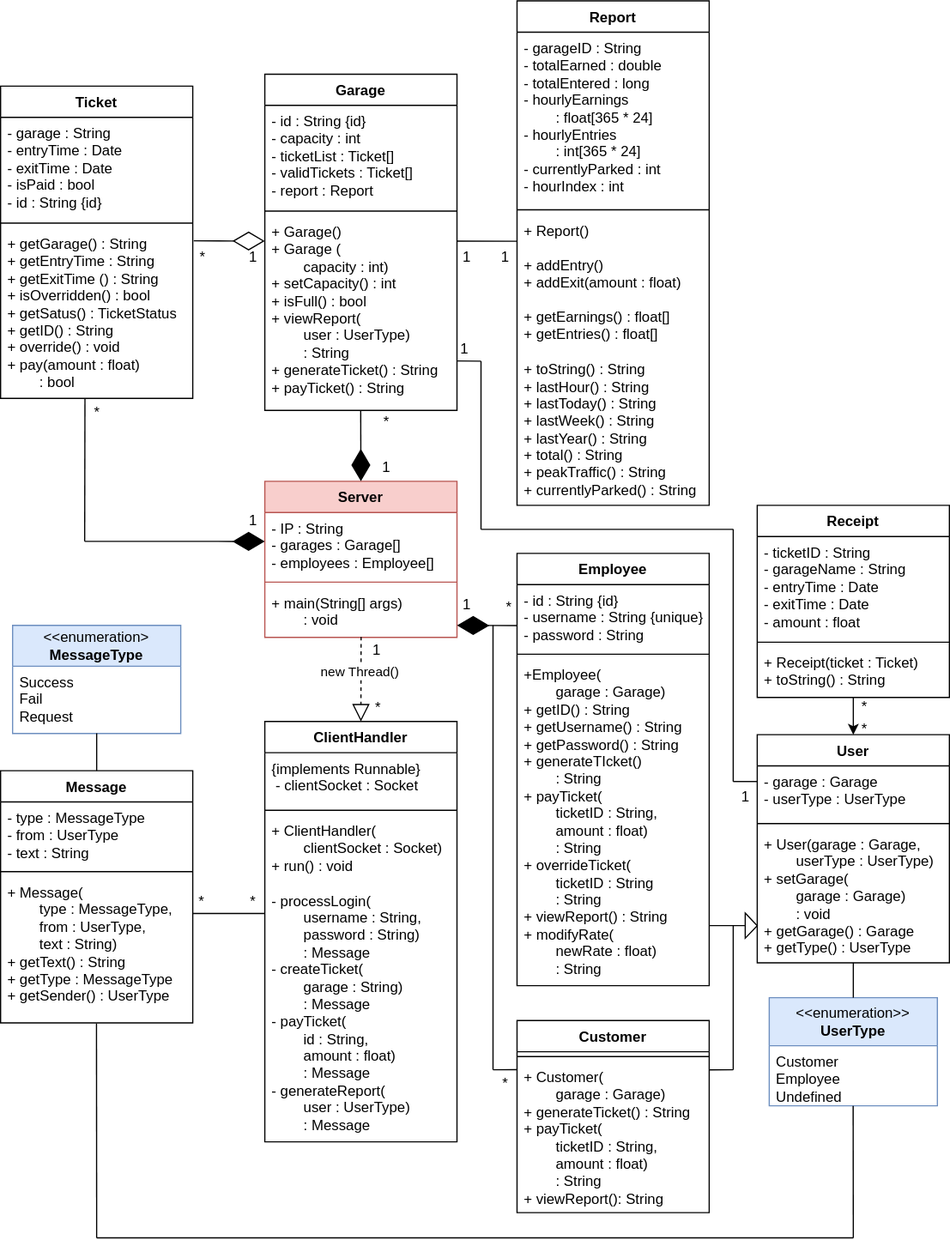
The draw.io diagram design/Diagrams/ServerSideFull.svg in CSUEB-CS401-02-SP25-Group-Project-1/parking-garage-system, before a commit. Source tidied: cells renumbered, new cells last; positions are measured from the earlier drawing's top-left corner, leaving out a move shared by most shapes.
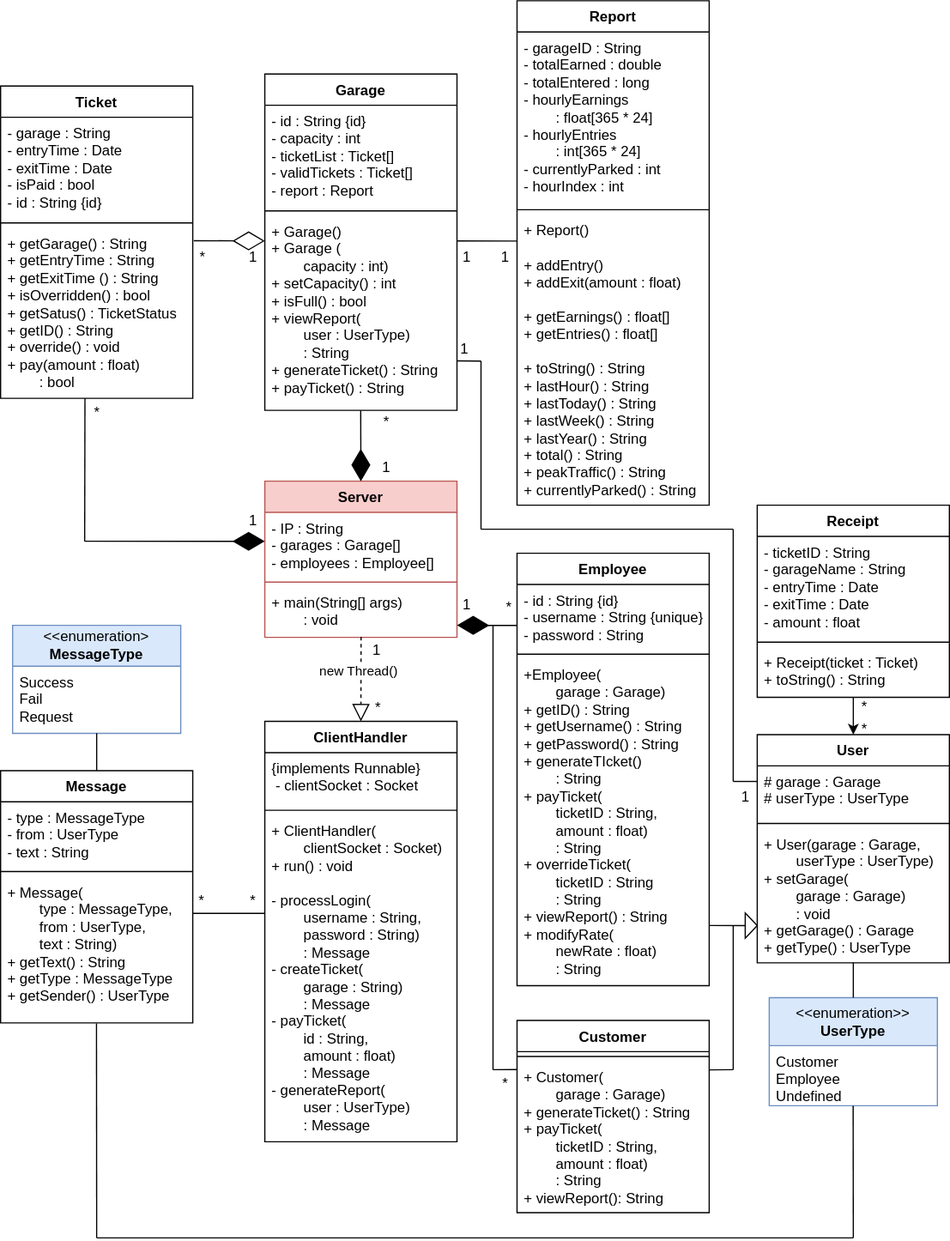
After the commit.

Commit message:
Edited User attributes to be protected for inheritance

Diff of the diagram source:
```diff
@@ -80,7 +80,7 @@
     <mxCell id="27" value="User" style="swimlane;fontStyle=1;align=center;verticalAlign=top;horizontal=1;startSize=26;whiteSpace=wrap;html=1;" parent="1" vertex="1">
       <mxGeometry x="630" y="611" width="160" height="190" as="geometry" />
     </mxCell>
-    <mxCell id="28" value="&lt;div&gt;- garage : Garage&lt;/div&gt;&lt;div&gt;- userType : UserType&lt;/div&gt;" style="text;strokeColor=none;fillColor=none;align=left;verticalAlign=top;spacingLeft=4;spacingRight=4;overflow=hidden;whiteSpace=wrap;html=1;" parent="27" vertex="1">
+    <mxCell id="28" value="&lt;div&gt;# garage : Garage&lt;/div&gt;&lt;div&gt;# userType : UserType&lt;/div&gt;" style="text;strokeColor=none;fillColor=none;align=left;verticalAlign=top;spacingLeft=4;spacingRight=4;overflow=hidden;whiteSpace=wrap;html=1;" parent="27" vertex="1">
       <mxGeometry y="26" width="160" height="44" as="geometry" />
     </mxCell>
     <mxCell id="29" style="line;strokeWidth=1;fillColor=none;align=left;verticalAlign=middle;spacingTop=-1;spacingLeft=3;spacingRight=3;labelPosition=right;strokeColor=inherit;" parent="27" vertex="1">
```
